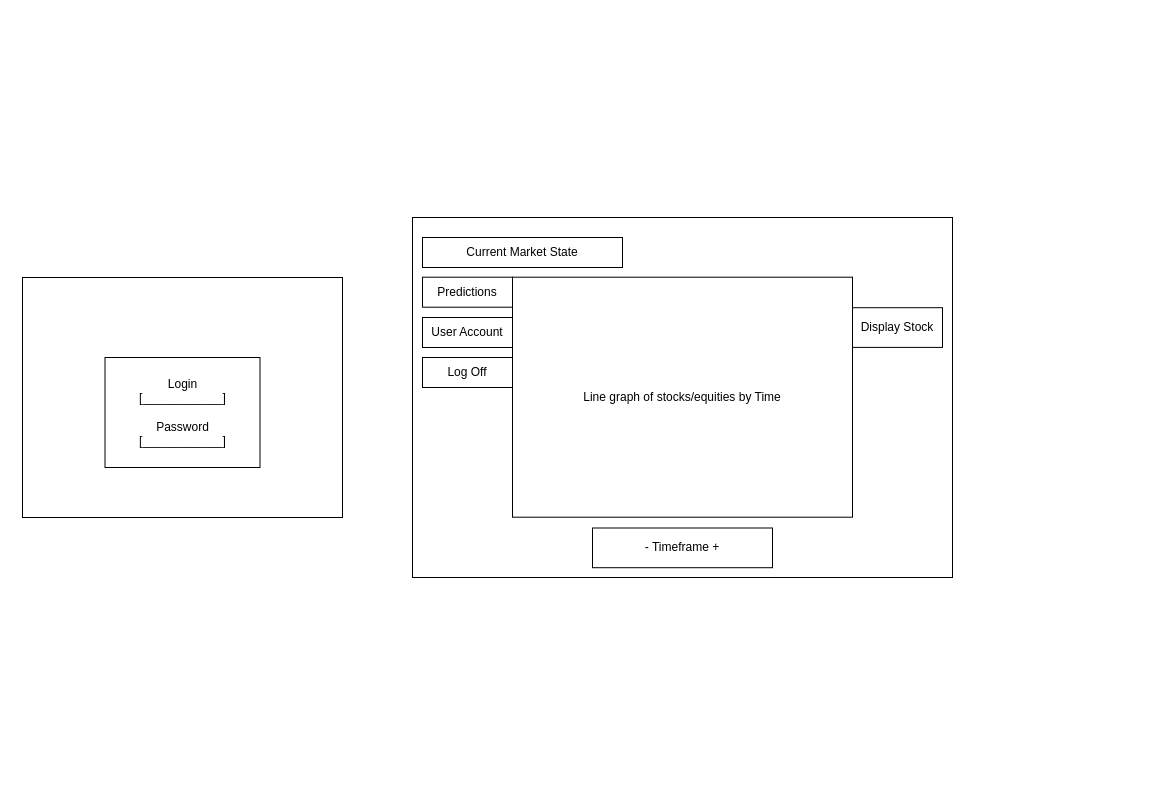
Earlier version of the draw.io diagram docs/source/ui_wireframes.drawio (KieronGillingham/StockTrader). Source tidied: cells renumbered, new cells numbered last; positions are measured from the earlier drawing's top-left corner, leaving out a move shared by most shapes. Both pictures are drawn from the tidied source at 100%, with x=0, y=0 at pixel (22, 217).
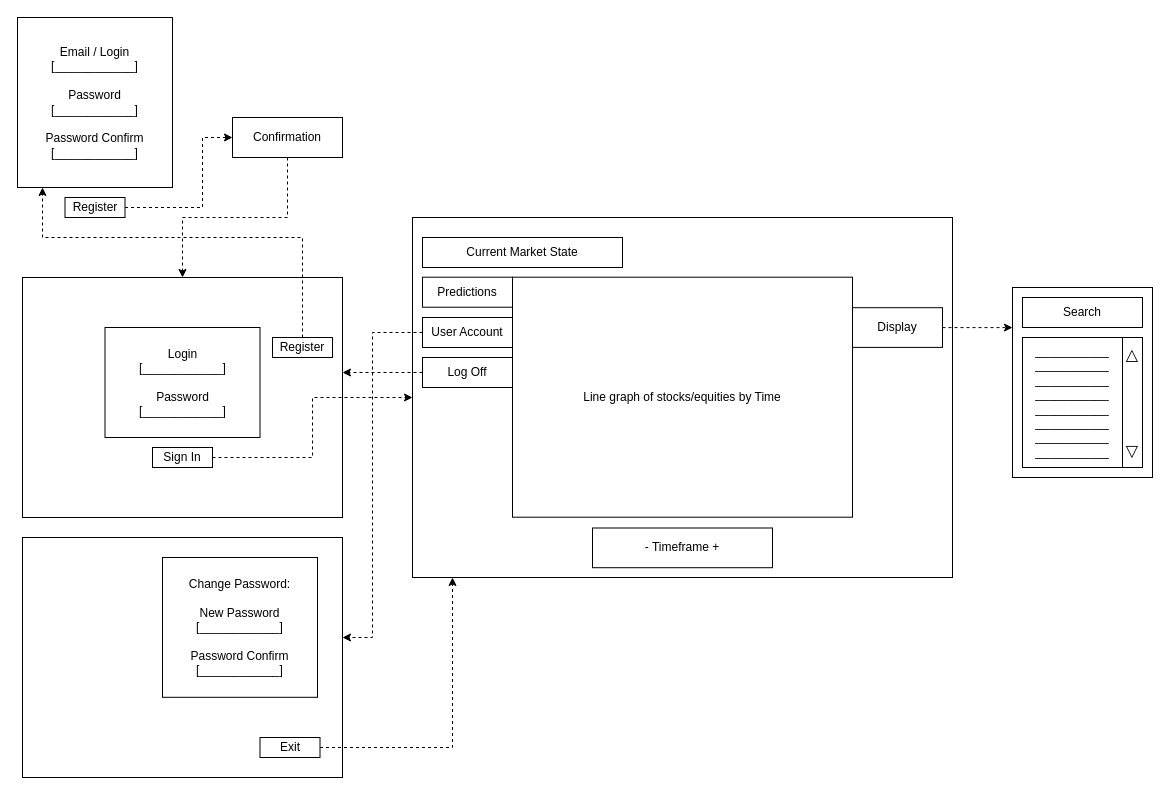
After the change.

Commit message (it also covers changes not shown here):
login wireframes

Unchanged cells that the change refers to:
```xml
<mxCell id="2" style="rounded=0;whiteSpace=wrap;html=1;" parent="1" vertex="1">
  <mxGeometry y="60" width="320" height="240" as="geometry" />
</mxCell>
<mxCell id="4" style="rounded=0;whiteSpace=wrap;html=1;" parent="1" vertex="1">
  <mxGeometry x="390" width="540" height="360" as="geometry" />
</mxCell>
<mxCell id="10" value="User Account" style="rounded=0;whiteSpace=wrap;html=1;" parent="1" vertex="1">
  <mxGeometry x="400" y="100" width="90" height="30" as="geometry" />
</mxCell>
<mxCell id="11" value="Log Off" style="rounded=0;whiteSpace=wrap;html=1;" parent="1" vertex="1">
  <mxGeometry x="400" y="140" width="90" height="30" as="geometry" />
</mxCell>
```

What changed in the source:
```diff
@@
+    <mxCell id="12" style="rounded=0;whiteSpace=wrap;html=1;" parent="1" vertex="1">
+      <mxGeometry y="320" width="320" height="240" as="geometry" />
+    </mxCell>
@@
     <mxCell id="3" value="Login&lt;br&gt;[____________]&lt;br&gt;&lt;br&gt;Password&lt;br&gt;[____________]" style="rounded=0;whiteSpace=wrap;html=1;" parent="1" vertex="1">
-      <mxGeometry x="82.5" y="140" width="155" height="110" as="geometry" />
+      <mxGeometry x="82.5" y="110" width="155" height="110" as="geometry" />
     </mxCell>
@@
+    <mxCell id="13" style="edgeStyle=orthogonalEdgeStyle;rounded=0;jettySize=auto;html=1;dashed=1;" parent="1" edge="1" source="7" target="25">
+      <mxGeometry relative="1" as="geometry">
+        <Array as="points">
+          <mxPoint x="980" y="110" />
+          <mxPoint x="980" y="110" />
+        </Array>
+      </mxGeometry>
+    </mxCell>
-    <mxCell id="7" value="Display Stock" style="rounded=0;whiteSpace=wrap;html=1;" parent="1" vertex="1">
+    <mxCell id="7" value="Display" style="rounded=0;whiteSpace=wrap;html=1;" parent="1" vertex="1">
       <mxGeometry x="830" y="90.2" width="90" height="39.7" as="geometry" />
     </mxCell>
@@
+    <mxCell id="14" style="edgeStyle=orthogonalEdgeStyle;rounded=0;jettySize=auto;html=1;dashed=1;" parent="1" edge="1" source="10" target="12">
+      <mxGeometry relative="1" as="geometry">
+        <Array as="points">
+          <mxPoint x="350" y="115" />
+          <mxPoint x="350" y="420" />
+        </Array>
+      </mxGeometry>
+    </mxCell>
@@
+    <mxCell id="15" style="edgeStyle=orthogonalEdgeStyle;rounded=0;jettySize=auto;html=1;dashed=1;" parent="1" edge="1" source="11" target="2">
+      <mxGeometry relative="1" as="geometry">
+        <Array as="points">
+          <mxPoint x="340" y="155" />
+          <mxPoint x="340" y="155" />
+        </Array>
+      </mxGeometry>
+    </mxCell>
@@
+    <mxCell id="16" value="Email / Login&lt;br&gt;[____________]&lt;br&gt;&lt;br&gt;Password&lt;br&gt;[____________]&lt;br&gt;&lt;br&gt;Password Confirm&lt;br&gt;[____________]" style="rounded=0;whiteSpace=wrap;html=1;" parent="1" vertex="1">
+      <mxGeometry x="-5" y="-200" width="155" height="170" as="geometry" />
+    </mxCell>
+    <mxCell id="17" style="edgeStyle=orthogonalEdgeStyle;rounded=0;jettySize=auto;html=1;dashed=1;" parent="1" edge="1" source="18" target="16">
+      <mxGeometry relative="1" as="geometry">
+        <Array as="points">
+          <mxPoint x="280" y="20" />
+          <mxPoint x="20" y="20" />
+        </Array>
+      </mxGeometry>
+    </mxCell>
+    <mxCell id="18" value="Register" style="rounded=0;whiteSpace=wrap;html=1;" parent="1" vertex="1">
+      <mxGeometry x="250" y="120" width="60" height="20" as="geometry" />
+    </mxCell>
+    <mxCell id="19" style="edgeStyle=orthogonalEdgeStyle;rounded=0;jettySize=auto;html=1;dashed=1;" parent="1" edge="1" source="20" target="4">
+      <mxGeometry relative="1" as="geometry" />
+    </mxCell>
+    <mxCell id="20" value="Sign In" style="rounded=0;whiteSpace=wrap;html=1;" parent="1" vertex="1">
+      <mxGeometry x="130" y="230" width="60" height="20" as="geometry" />
+    </mxCell>
+    <mxCell id="21" style="edgeStyle=orthogonalEdgeStyle;rounded=0;jettySize=auto;html=1;dashed=1;" parent="1" edge="1" source="22" target="24">
+      <mxGeometry relative="1" as="geometry">
+        <Array as="points">
+          <mxPoint x="180" y="-10" />
+          <mxPoint x="180" y="-80" />
+        </Array>
+      </mxGeometry>
+    </mxCell>
+    <mxCell id="22" value="Register" style="rounded=0;whiteSpace=wrap;html=1;" parent="1" vertex="1">
+      <mxGeometry x="42.5" y="-20" width="60" height="20" as="geometry" />
+    </mxCell>
+    <mxCell id="23" style="edgeStyle=orthogonalEdgeStyle;rounded=0;jettySize=auto;html=1;dashed=1;" parent="1" edge="1" source="24" target="2">
+      <mxGeometry relative="1" as="geometry" />
+    </mxCell>
+    <mxCell id="24" value="Confirmation" style="rounded=0;whiteSpace=wrap;html=1;" parent="1" vertex="1">
+      <mxGeometry x="210" y="-100" width="110" height="40" as="geometry" />
+    </mxCell>
+    <mxCell id="25" style="rounded=0;whiteSpace=wrap;html=1;" parent="1" vertex="1">
+      <mxGeometry x="990" y="70" width="140" height="190" as="geometry" />
+    </mxCell>
+    <mxCell id="26" value="Search" style="rounded=0;whiteSpace=wrap;html=1;" parent="1" vertex="1">
+      <mxGeometry x="1000" y="80" width="120" height="30" as="geometry" />
+    </mxCell>
+    <mxCell id="27" value="___________&lt;br&gt;___________&lt;br&gt;___________&lt;br&gt;___________&lt;br&gt;___________&lt;br&gt;___________&lt;br&gt;___________&lt;br&gt;___________&lt;br&gt;" style="rounded=0;whiteSpace=wrap;html=1;verticalAlign=top;" parent="1" vertex="1">
+      <mxGeometry x="1000" y="120" width="100" height="130" as="geometry" />
+    </mxCell>
+    <mxCell id="28" value="&lt;font style=&quot;font-size: 16px&quot;&gt;&lt;span style=&quot;font-family: &amp;#34;verdana&amp;#34; , sans-serif ; text-align: left ; background-color: rgb(255 , 255 , 255)&quot;&gt;△&lt;/span&gt;&lt;br&gt;&lt;br&gt;&lt;br&gt;&lt;br&gt;&lt;br&gt;&lt;span style=&quot;font-family: &amp;#34;verdana&amp;#34; , sans-serif ; text-align: left ; background-color: rgb(255 , 255 , 255)&quot;&gt;▽&lt;/span&gt;&lt;/font&gt;" style="rounded=0;whiteSpace=wrap;html=1;" parent="1" vertex="1">
+      <mxGeometry x="1100" y="120" width="20" height="130" as="geometry" />
+    </mxCell>
+    <mxCell id="29" value="Change Password:&lt;br&gt;&lt;br&gt;New Password&lt;br&gt;[____________]&lt;br&gt;&lt;br&gt;Password Confirm&lt;br&gt;[____________]" style="rounded=0;whiteSpace=wrap;html=1;" parent="1" vertex="1">
+      <mxGeometry x="140" y="340" width="155" height="139.8" as="geometry" />
+    </mxCell>
+    <mxCell id="30" style="edgeStyle=orthogonalEdgeStyle;rounded=0;jettySize=auto;html=1;dashed=1;" parent="1" edge="1" source="31" target="4">
+      <mxGeometry relative="1" as="geometry">
+        <Array as="points">
+          <mxPoint x="430" y="530" />
+        </Array>
+      </mxGeometry>
+    </mxCell>
+    <mxCell id="31" value="Exit" style="rounded=0;whiteSpace=wrap;html=1;" parent="1" vertex="1">
+      <mxGeometry x="237.5" y="520" width="60" height="20" as="geometry" />
+    </mxCell>
```
